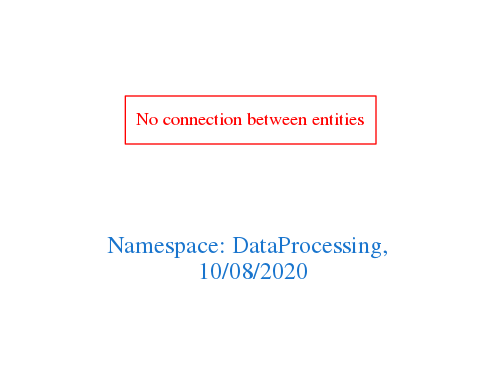
The Graphviz diagram downloads/DataProcessing.png in arago/OGIT, before a commit. Its source is kept beside it as downloads/DataProcessing.dot.
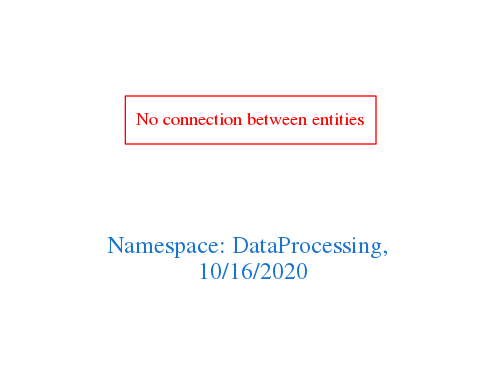
After the change.

The edit, as a diff of the source:
```diff
@@ -1,7 +1,7 @@
 digraph OGIT_ontology {
  graph [ rankdir= LR,pad=1
 fontsize = 18,
-fontcolor= dodgerblue3,label = "\n\n\nNamespace: DataProcessing, \n 10/08/2020"];
+fontcolor= dodgerblue3,label = "\n\n\nNamespace: DataProcessing, \n 10/16/2020"];
 node[shape=polygon];
 edge [  color="gray81"];
 
```
